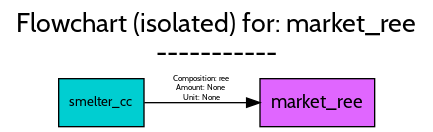
FutuRaM-Project/Recovery-Model keeps this Graphviz diagram as src/examples/ELV/figures/flowcharts/processes/png/market_ree.png. Above is the earlier version. Its source is kept beside it as src/examples/ELV/figures/flowcharts/processes/dot/market_ree.dot.
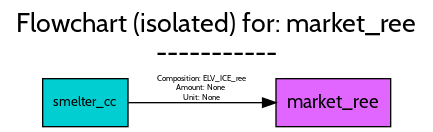
Later version of the same file.

Diff of the diagram source:
```diff
@@ -19,7 +19,7 @@
 		fontname=Cabin,
 		fontsize=14,
 		height=0.5,
-		pos="234,18",
+		pos="246,18",
 		shape=box,
 		style=filled,
 		width=1.1944];
@@ -27,16 +27,16 @@
 		fontname=Cabin,
 		fontsize=10,
 		height=0.5,
-		pos="72,18",
+		pos="60,18",
 		shape=box,
 		style=filled,
 		width=0.88889];
 	smelter_cc -> market_ree	[color=black,
 		fontname=Cabin,
 		fontsize=6,
-		label="Composition: ree
+		label="Composition: ELV_ICE_ree
 Amount: None
 Unit: None",
 		lp="147.5,28.5",
-		pos="e,190.95,18 104.23,18 125.97,18 155.48,18 180.77,18"];
+		pos="e,202.91,18 92.213,18 119.69,18 160.26,18 192.69,18"];
 }
```
